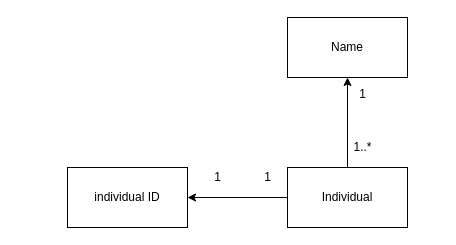
peterklem/CURSE keeps this draw.io diagram as page "Individual" (1 of 4) of class_diagrams.drawio. Above is the earlier version. Source tidied: cells renumbered, new cells numbered last; positions are measured from the earlier drawing's top-left corner, leaving out a move shared by most shapes. Both pictures are drawn from the tidied source at 100%, with x=0, y=0 at pixel (67, 17).
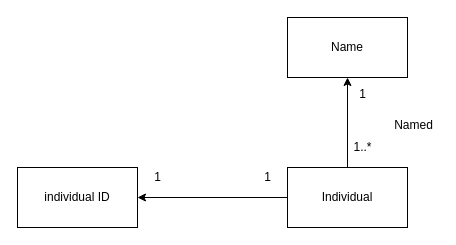
The same diagram, later.

Change to the diagram source:
```diff
@@
 <mxGraphModel>
   <root>
     <mxCell id="0" />
     <mxCell id="1" parent="0" />
     <mxCell id="2" style="edgeStyle=orthogonalEdgeStyle;rounded=0;jettySize=auto;html=1;exitX=0;exitY=0.5;exitDx=0;exitDy=0;entryX=1;entryY=0.5;entryDx=0;entryDy=0;" parent="1" edge="1" source="4" target="5">
       <mxGeometry relative="1" as="geometry" />
     </mxCell>
     <mxCell id="3" style="edgeStyle=orthogonalEdgeStyle;rounded=0;jettySize=auto;html=1;exitX=0.5;exitY=0;exitDx=0;exitDy=0;entryX=0.5;entryY=1;entryDx=0;entryDy=0;" parent="1" edge="1" source="4" target="6">
       <mxGeometry relative="1" as="geometry" />
     </mxCell>
     <mxCell id="4" value="Individual" style="rounded=0;whiteSpace=wrap;html=1;" parent="1" vertex="1">
       <mxGeometry x="220" y="150" width="120" height="60" as="geometry" />
     </mxCell>
     <mxCell id="5" value="individual ID" style="rounded=0;whiteSpace=wrap;html=1;" parent="1" vertex="1">
-      <mxGeometry y="150" width="120" height="60" as="geometry" />
+      <mxGeometry x="-50" y="150" width="120" height="60" as="geometry" />
     </mxCell>
     <mxCell id="6" value="Name" style="rounded=0;whiteSpace=wrap;html=1;" parent="1" vertex="1">
       <mxGeometry x="220" width="120" height="60" as="geometry" />
     </mxCell>
     <mxCell id="7" value="1..*" style="text;html=1;align=center;verticalAlign=middle;" parent="1" vertex="1">
       <mxGeometry x="280" y="120" width="30" height="20" as="geometry" />
     </mxCell>
     <mxCell id="8" value="1" style="text;html=1;align=center;verticalAlign=middle;" parent="1" vertex="1">
       <mxGeometry x="285" y="67" width="20" height="20" as="geometry" />
     </mxCell>
     <mxCell id="9" value="1" style="text;html=1;align=center;verticalAlign=middle;" parent="1" vertex="1">
-      <mxGeometry x="140" y="150" width="20" height="20" as="geometry" />
+      <mxGeometry x="80" y="150" width="20" height="20" as="geometry" />
     </mxCell>
     <mxCell id="10" value="1" style="text;html=1;align=center;verticalAlign=middle;" parent="1" vertex="1">
       <mxGeometry x="190" y="150" width="20" height="20" as="geometry" />
     </mxCell>
+    <mxCell id="11" value="Named" style="text;html=1;align=center;verticalAlign=middle;" parent="1" vertex="1">
+      <mxGeometry x="321" y="98" width="50" height="20" as="geometry" />
+    </mxCell>
   </root>
 </mxGraphModel>
```
